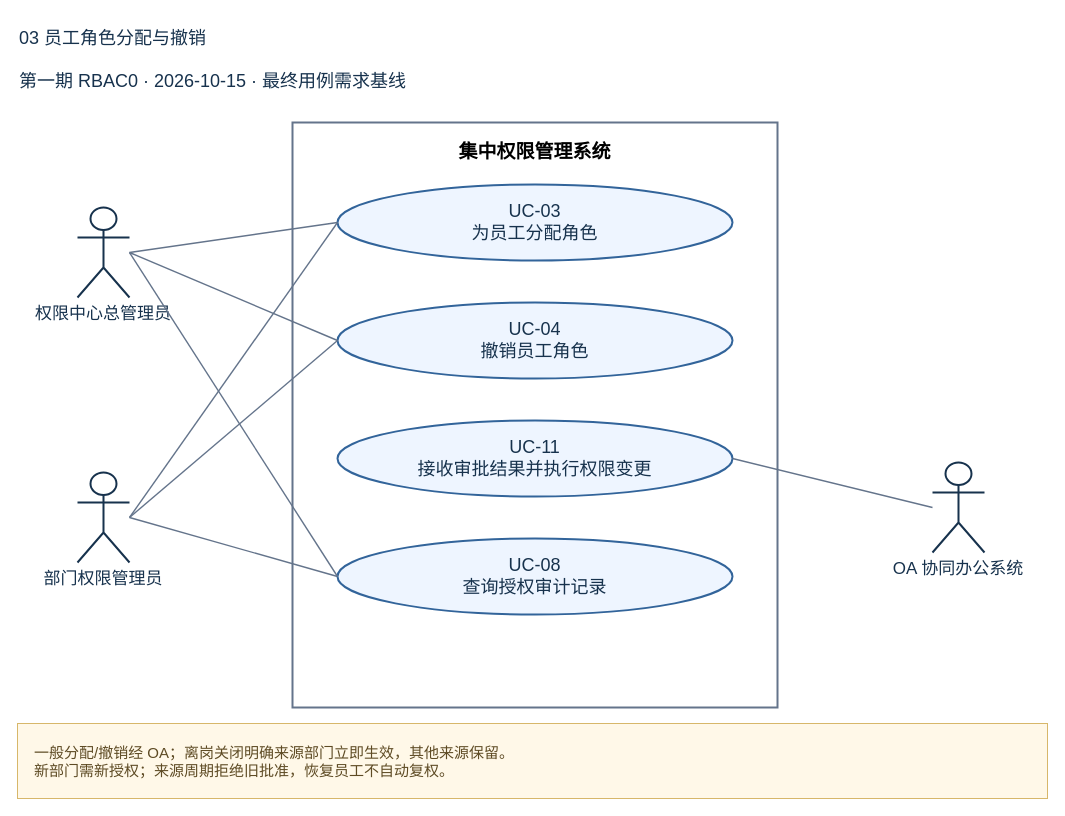
Noah-hope/RBAC-admin keeps this draw.io diagram as page "03 员工角色分配与撤销" (2 of 2) of docs/01-requirements/按用例分类/UC-08_查询授权审计记录/相关用例图.drawio. Above is the earlier version. Source tidied: cells renumbered, new cells numbered last; positions are measured from the earlier drawing's top-left corner, leaving out a move shared by most shapes. Both pictures are drawn from the tidied source at 100%, with x=0, y=0 at pixel (17, 17).
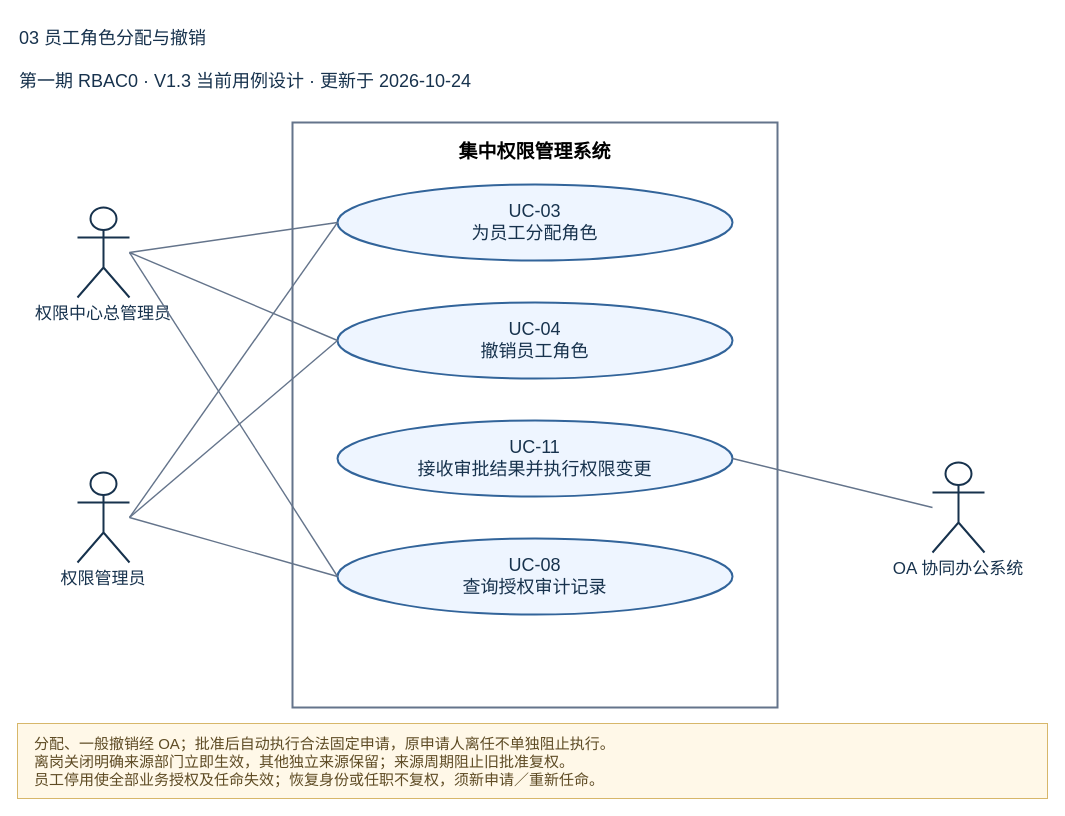
Above is the later version.

Change to the diagram source:
```diff
@@
 <mxGraphModel>
   <root>
     <mxCell id="0" />
     <mxCell id="1" parent="0" />
     <mxCell id="2" value="03 员工角色分配与撤销" style="text;html=0;align=left;verticalAlign=middle;whiteSpace=wrap;strokeColor=none;fillColor=none;fontSize=18;fontColor=#17324d;" parent="1" vertex="1">
       <mxGeometry width="1030" height="42" as="geometry" />
     </mxCell>
-    <mxCell id="3" value="第一期 RBAC0 · 2026-10-15 · 最终用例需求基线" style="text;html=0;align=left;verticalAlign=middle;whiteSpace=wrap;strokeColor=none;fillColor=none;fontSize=18;fontColor=#17324d;" parent="1" vertex="1">
+    <mxCell id="3" value="第一期 RBAC0 · V1.3 当前用例设计 · 更新于 2026-10-24" style="text;html=0;align=left;verticalAlign=middle;whiteSpace=wrap;strokeColor=none;fillColor=none;fontSize=18;fontColor=#17324d;" parent="1" vertex="1">
       <mxGeometry y="47" width="1030" height="34" as="geometry" />
     </mxCell>
     <mxCell id="4" value="集中权限管理系统" style="rounded=0;html=0;whiteSpace=wrap;fillColor=#ffffff;strokeColor=#64748b;strokeWidth=2;verticalAlign=top;align=center;spacingTop=12;fontStyle=1;fontSize=19;" parent="1" vertex="1">
       <mxGeometry x="275" y="105" width="485" height="585" as="geometry" />
     </mxCell>
     <mxCell id="5" value="UC-03&#10;为员工分配角色" style="ellipse;html=0;whiteSpace=wrap;fillColor=#eef5ff;strokeColor=#32649a;strokeWidth=2;fontSize=18;fontColor=#17324d;" parent="1" vertex="1">
       <mxGeometry x="320" y="167" width="395" height="76" as="geometry" />
     </mxCell>
     <mxCell id="6" value="UC-04&#10;撤销员工角色" style="ellipse;html=0;whiteSpace=wrap;fillColor=#eef5ff;strokeColor=#32649a;strokeWidth=2;fontSize=18;fontColor=#17324d;" parent="1" vertex="1">
       <mxGeometry x="320" y="285" width="395" height="76" as="geometry" />
     </mxCell>
     <mxCell id="7" value="UC-11&#10;接收审批结果并执行权限变更" style="ellipse;html=0;whiteSpace=wrap;fillColor=#eef5ff;strokeColor=#32649a;strokeWidth=2;fontSize=18;fontColor=#17324d;" parent="1" vertex="1">
       <mxGeometry x="320" y="403" width="395" height="76" as="geometry" />
     </mxCell>
     <mxCell id="8" value="UC-08&#10;查询授权审计记录" style="ellipse;html=0;whiteSpace=wrap;fillColor=#eef5ff;strokeColor=#32649a;strokeWidth=2;fontSize=18;fontColor=#17324d;" parent="1" vertex="1">
       <mxGeometry x="320" y="521" width="395" height="76" as="geometry" />
     </mxCell>
     <mxCell id="9" value="权限中心总管理员" style="shape=umlActor;html=0;verticalLabelPosition=bottom;verticalAlign=top;align=center;fillColor=#ffffff;strokeColor=#17324d;strokeWidth=2;fontSize=17;fontColor=#17324d;whiteSpace=wrap;labelWidth=190;" parent="1" vertex="1">
       <mxGeometry x="60" y="190" width="52" height="90" as="geometry" />
     </mxCell>
-    <mxCell id="10" value="部门权限管理员" style="shape=umlActor;html=0;verticalLabelPosition=bottom;verticalAlign=top;align=center;fillColor=#ffffff;strokeColor=light-dark(#17324D,#FF0000);strokeWidth=2;fontSize=17;fontColor=#17324d;whiteSpace=wrap;labelWidth=190;" parent="1" vertex="1">
+    <mxCell id="10" value="权限管理员" style="shape=umlActor;html=0;verticalLabelPosition=bottom;verticalAlign=top;align=center;fillColor=#ffffff;strokeColor=light-dark(#17324D,#FF0000);strokeWidth=2;fontSize=17;fontColor=#17324d;whiteSpace=wrap;labelWidth=190;" parent="1" vertex="1">
       <mxGeometry x="60" y="455" width="52" height="90" as="geometry" />
     </mxCell>
     <mxCell id="11" value="OA 协同办公系统" style="shape=umlActor;html=0;verticalLabelPosition=bottom;verticalAlign=top;align=center;fillColor=#ffffff;strokeColor=#17324d;strokeWidth=2;fontSize=17;fontColor=#17324d;whiteSpace=wrap;labelWidth=190;" parent="1" vertex="1">
       <mxGeometry x="915" y="445" width="52" height="90" as="geometry" />
     </mxCell>
-    <mxCell id="12" value="一般分配/撤销经 OA；离岗关闭明确来源部门立即生效，其他来源保留。&#10;新部门需新授权；来源周期拒绝旧批准，恢复员工不自动复权。" style="rounded=0;html=0;whiteSpace=wrap;align=left;spacingLeft=15;fillColor=#fff8e8;strokeColor=#d7b76a;fontColor=#5e4b24;fontSize=15;" parent="1" vertex="1">
+    <mxCell id="12" value="分配、一般撤销经 OA；批准后自动执行合法固定申请，原申请人离任不单独阻止执行。&#10;离岗关闭明确来源部门立即生效，其他独立来源保留；来源周期阻止旧批准复权。&#10;员工停用使全部业务授权及任命失效；恢复身份或任职不复权，须新申请／重新任命。" style="rounded=0;html=0;whiteSpace=wrap;align=left;spacingLeft=15;fillColor=#fff8e8;strokeColor=#d7b76a;fontColor=#5e4b24;fontSize=15;" parent="1" vertex="1">
       <mxGeometry y="706" width="1030" height="75" as="geometry" />
     </mxCell>
     <mxCell id="13" style="html=0;endArrow=none;startArrow=none;strokeColor=#64748b;strokeWidth=1.4;edgeStyle=none;noEdgeStyle=1;curved=0;rounded=0;exitX=1;exitY=0.5;entryX=0;entryY=0.5;exitPerimeter=0;entryPerimeter=0;" parent="1" edge="1" source="9" target="5">
       <mxGeometry relative="1" as="geometry" />
     </mxCell>
     <mxCell id="14" style="html=0;endArrow=none;startArrow=none;strokeColor=#64748b;strokeWidth=1.4;edgeStyle=none;noEdgeStyle=1;curved=0;rounded=0;exitX=1;exitY=0.5;entryX=0;entryY=0.5;exitPerimeter=0;entryPerimeter=0;" parent="1" edge="1" source="9" target="6">
       <mxGeometry relative="1" as="geometry" />
     </mxCell>
     <mxCell id="15" style="html=0;endArrow=none;startArrow=none;strokeColor=#64748b;strokeWidth=1.4;edgeStyle=none;noEdgeStyle=1;curved=0;rounded=0;exitX=1;exitY=0.5;entryX=0;entryY=0.5;exitPerimeter=0;entryPerimeter=0;" parent="1" edge="1" source="9" target="8">
       <mxGeometry relative="1" as="geometry" />
     </mxCell>
     <mxCell id="16" style="html=0;endArrow=none;startArrow=none;strokeColor=light-dark(#64748B,#FF0000);strokeWidth=1.4;edgeStyle=none;noEdgeStyle=1;curved=0;rounded=0;exitX=1;exitY=0.5;entryX=0;entryY=0.5;exitPerimeter=0;entryPerimeter=0;" parent="1" edge="1" source="10" target="5">
       <mxGeometry relative="1" as="geometry" />
     </mxCell>
     <mxCell id="17" style="html=0;endArrow=none;startArrow=none;strokeColor=light-dark(#64748B,#FF0000);strokeWidth=1.4;edgeStyle=none;noEdgeStyle=1;curved=0;rounded=0;exitX=1;exitY=0.5;entryX=0;entryY=0.5;exitPerimeter=0;entryPerimeter=0;" parent="1" edge="1" source="10" target="6">
       <mxGeometry relative="1" as="geometry" />
     </mxCell>
     <mxCell id="18" style="html=0;endArrow=none;startArrow=none;strokeColor=light-dark(#64748B,#FF0000);strokeWidth=1.4;edgeStyle=none;noEdgeStyle=1;curved=0;rounded=0;exitX=1;exitY=0.5;entryX=0;entryY=0.5;exitPerimeter=0;entryPerimeter=0;" parent="1" edge="1" source="10" target="8">
       <mxGeometry relative="1" as="geometry" />
     </mxCell>
     <mxCell id="19" style="html=0;endArrow=none;startArrow=none;strokeColor=#64748b;strokeWidth=1.4;edgeStyle=none;noEdgeStyle=1;curved=0;rounded=0;exitX=0;exitY=0.5;entryX=1;entryY=0.5;exitPerimeter=0;entryPerimeter=0;" parent="1" edge="1" source="11" target="7">
       <mxGeometry relative="1" as="geometry" />
     </mxCell>
   </root>
 </mxGraphModel>
```
